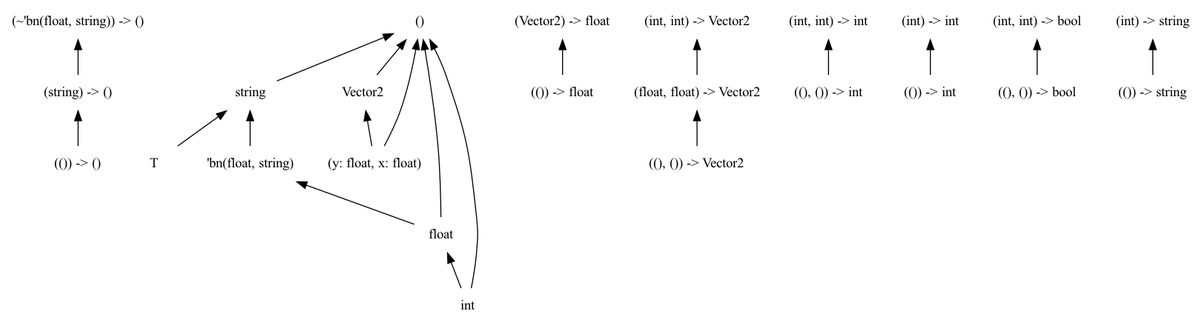
Before: dots/png/8.dot.png, a diagram exported from Graphviz (chocobo333/regino). Its source is kept beside it as dots/8.dot.
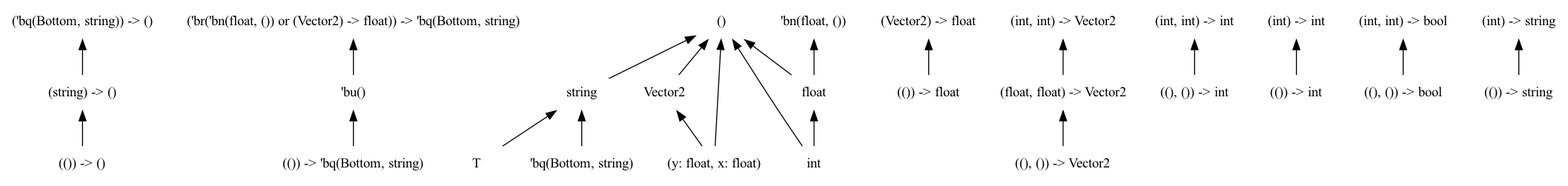
After the change.

The edit, as a diff of the source:
```diff
@@ -9,11 +9,15 @@
     dir = back
     ];
   "(string) -> ()"
+  "('br('bn(float, ()) or (Vector2) -> float)) -> 'bq(Bottom, string)"
   "(()) -> ()"
   "string"
   "Vector2"
+  "(()) -> 'bq(Bottom, string)"
+  "'bu()"
   "(()) -> float"
   "T"
+  "'bq(Bottom, string)"
   "((), ()) -> Vector2"
   "(int, int) -> Vector2"
   "((), ()) -> int"
@@ -22,20 +26,22 @@
   "()"
   "(int, int) -> bool"
   "(float, float) -> Vector2"
-  "(~'bn(float, string)) -> ()"
   "(()) -> string"
   "(Vector2) -> float"
   "(y: float, x: float)"
   "(int) -> string"
   "float"
-  "'bn(float, string)"
+  "'bn(float, ())"
+  "('bq(Bottom, string)) -> ()"
   "(()) -> int"
   "int"
   "((), ()) -> bool"
   "(string) -> ()" -> "(()) -> ()"
+  "('br('bn(float, ()) or (Vector2) -> float)) -> 'bq(Bottom, string)" -> "'bu()"
   "string" -> "T"
-  "string" -> "'bn(float, string)"
+  "string" -> "'bq(Bottom, string)"
   "Vector2" -> "(y: float, x: float)"
+  "'bu()" -> "(()) -> 'bq(Bottom, string)"
   "(int, int) -> Vector2" -> "(float, float) -> Vector2"
   "(int) -> int" -> "(()) -> int"
   "(int, int) -> int" -> "((), ()) -> int"
@@ -46,9 +52,9 @@
   "()" -> "int"
   "(int, int) -> bool" -> "((), ()) -> bool"
   "(float, float) -> Vector2" -> "((), ()) -> Vector2"
-  "(~'bn(float, string)) -> ()" -> "(string) -> ()"
   "(Vector2) -> float" -> "(()) -> float"
   "(int) -> string" -> "(()) -> string"
   "float" -> "int"
-  "'bn(float, string)" -> "float"
+  "'bn(float, ())" -> "float"
+  "('bq(Bottom, string)) -> ()" -> "(string) -> ()"
 }
```
